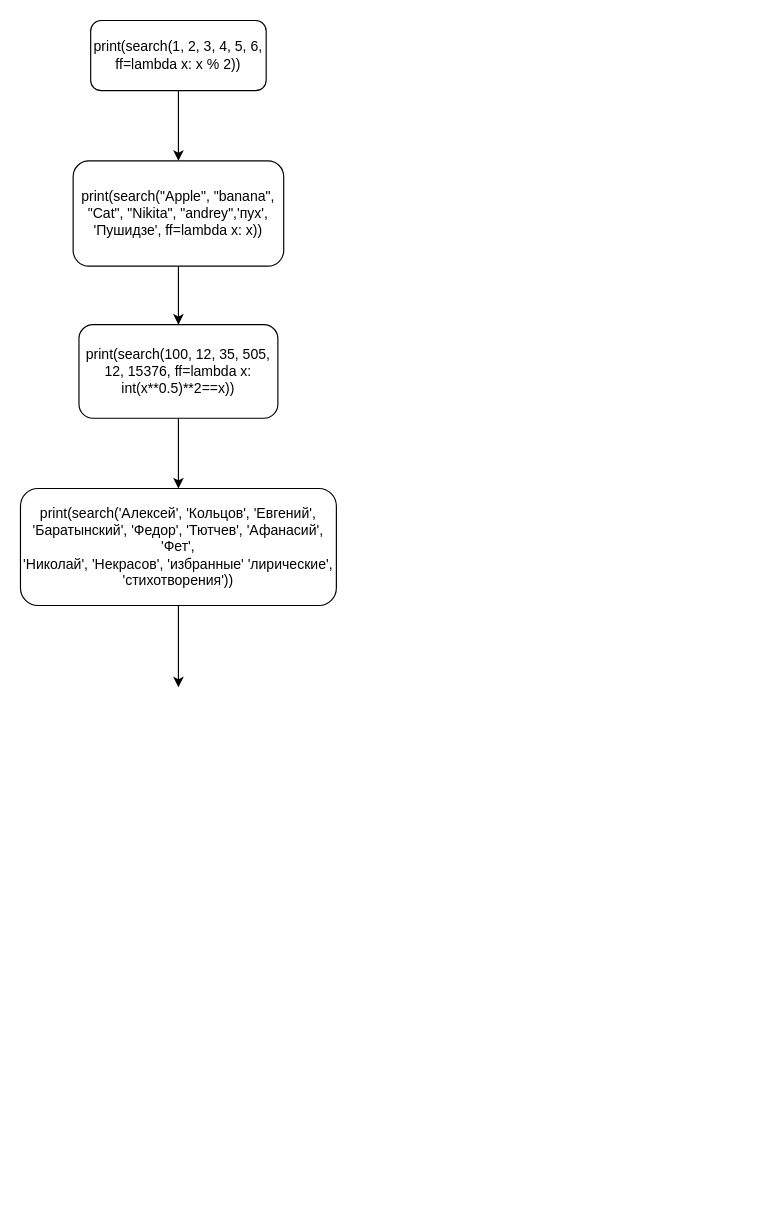
Earlier version of the draw.io diagram future code3.drawio (16savage/Kavtarev-Artem-Algoritm). Source tidied: cells renumbered, new cells numbered last; positions are measured from the earlier drawing's top-left corner, leaving out a move shared by most shapes. Both pictures are drawn from the tidied source at 117%, with x=0, y=0 at pixel (20, 20).
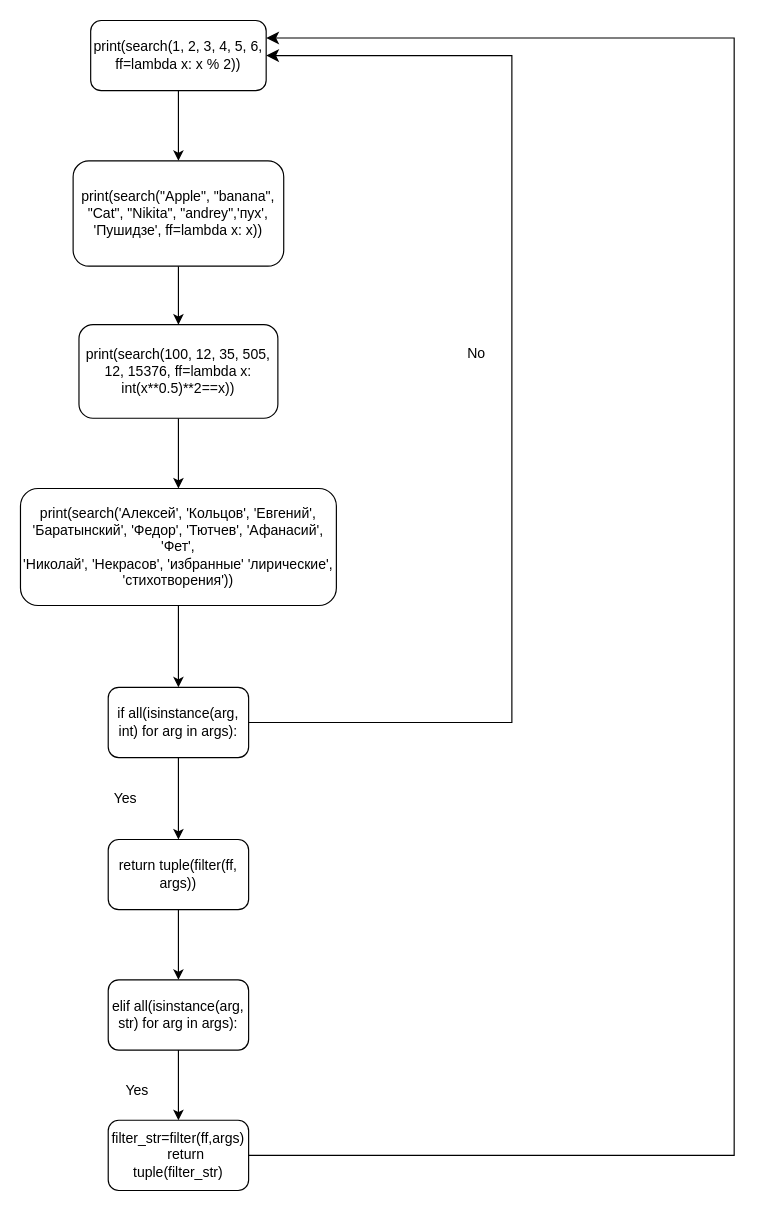
Above is the later version.

Unchanged cells that the change refers to:
```xml
<mxCell id="3" value="print(search(1, 2, 3, 4, 5, 6, ff=lambda x: x % 2))" style="rounded=1;whiteSpace=wrap;html=1;" parent="1" vertex="1">
  <mxGeometry x="60" width="150" height="60" as="geometry" />
</mxCell>
```

Diff of the diagram source:
```diff
@@
+    <mxCell id="10" style="edgeStyle=orthogonalEdgeStyle;rounded=0;jettySize=auto;html=1;entryX=0.5;entryY=0;entryDx=0;entryDy=0;" parent="1" edge="1" source="11" target="13">
+      <mxGeometry relative="1" as="geometry" />
+    </mxCell>
+    <mxCell id="11" value="if all(isinstance(arg, int) for arg in args):" style="rounded=1;whiteSpace=wrap;html=1;" parent="1" vertex="1">
+      <mxGeometry x="75" y="570" width="120" height="60" as="geometry" />
+    </mxCell>
+    <mxCell id="12" style="edgeStyle=orthogonalEdgeStyle;rounded=0;jettySize=auto;html=1;" parent="1" edge="1" source="13">
+      <mxGeometry relative="1" as="geometry">
+        <mxPoint x="135" y="820" as="targetPoint" />
+      </mxGeometry>
+    </mxCell>
+    <mxCell id="13" value="return tuple(filter(ff, args))" style="rounded=1;whiteSpace=wrap;html=1;" parent="1" vertex="1">
+      <mxGeometry x="75" y="700" width="120" height="60" as="geometry" />
+    </mxCell>
+    <mxCell id="14" value="Yes" style="text;html=1;align=center;verticalAlign=middle;whiteSpace=wrap;rounded=0;" parent="1" vertex="1">
+      <mxGeometry x="60" y="650" width="60" height="30" as="geometry" />
+    </mxCell>
+    <mxCell id="15" value="No" style="text;html=1;align=center;verticalAlign=middle;whiteSpace=wrap;rounded=0;" parent="1" vertex="1">
+      <mxGeometry x="360" y="270" width="60" height="30" as="geometry" />
+    </mxCell>
+    <mxCell id="16" style="edgeStyle=elbowEdgeStyle;elbow=horizontal;endArrow=classic;html=1;curved=0;rounded=0;endSize=8;startSize=8;entryX=1;entryY=0.5;entryDx=0;entryDy=0;entryPerimeter=0;" parent="1" edge="1">
+      <mxGeometry relative="1" as="geometry">
+        <mxPoint x="195" y="600" as="sourcePoint" />
+        <mxPoint x="210" y="30" as="targetPoint" />
+        <Array as="points">
+          <mxPoint x="420" y="300" />
+        </Array>
+      </mxGeometry>
+    </mxCell>
+    <mxCell id="17" style="edgeStyle=orthogonalEdgeStyle;rounded=0;jettySize=auto;html=1;entryX=0.5;entryY=0;entryDx=0;entryDy=0;entryPerimeter=0;" parent="1" edge="1" source="18" target="19">
+      <mxGeometry relative="1" as="geometry" />
+    </mxCell>
+    <mxCell id="18" value="elif all(isinstance(arg, str) for arg in args):" style="rounded=1;whiteSpace=wrap;html=1;" parent="1" vertex="1">
+      <mxGeometry x="75" y="820" width="120" height="60" as="geometry" />
+    </mxCell>
+    <mxCell id="19" value="filter_str=filter(ff,args)&#10;    return tuple(filter_str)" style="rounded=1;whiteSpace=wrap;html=1;" parent="1" vertex="1">
+      <mxGeometry x="75" y="940" width="120" height="60" as="geometry" />
+    </mxCell>
+    <mxCell id="20" value="Yes" style="text;html=1;align=center;verticalAlign=middle;whiteSpace=wrap;rounded=0;" parent="1" vertex="1">
+      <mxGeometry x="70" y="900" width="60" height="30" as="geometry" />
+    </mxCell>
+    <mxCell id="21" style="edgeStyle=elbowEdgeStyle;elbow=horizontal;endArrow=classic;html=1;curved=0;rounded=0;endSize=8;startSize=8;entryX=1;entryY=0.25;entryDx=0;entryDy=0;" parent="1" edge="1" target="3">
+      <mxGeometry relative="1" as="geometry">
+        <mxPoint x="195" y="970" as="sourcePoint" />
+        <Array as="points">
+          <mxPoint x="610" y="840" />
+        </Array>
+      </mxGeometry>
+    </mxCell>
```
